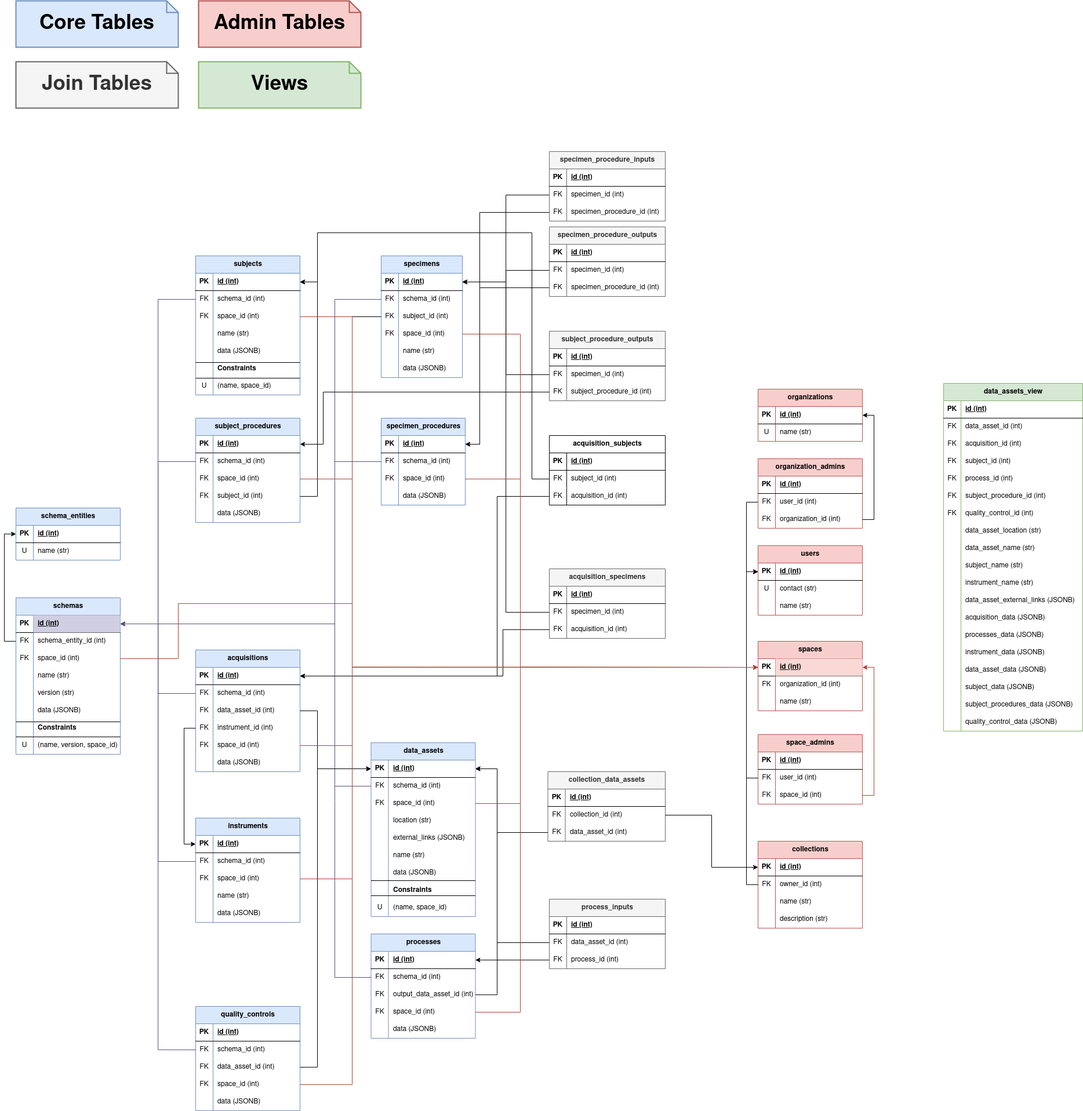
Earlier version of the draw.io export documentation/diagrams/registry_relational_schema.drawio.png (AllenNeuralDynamics/biodata-registry-sandbox). Source tidied: cells renumbered, new cells last; positions are measured from the earlier drawing's top-left corner, leaving out a move shared by most shapes.
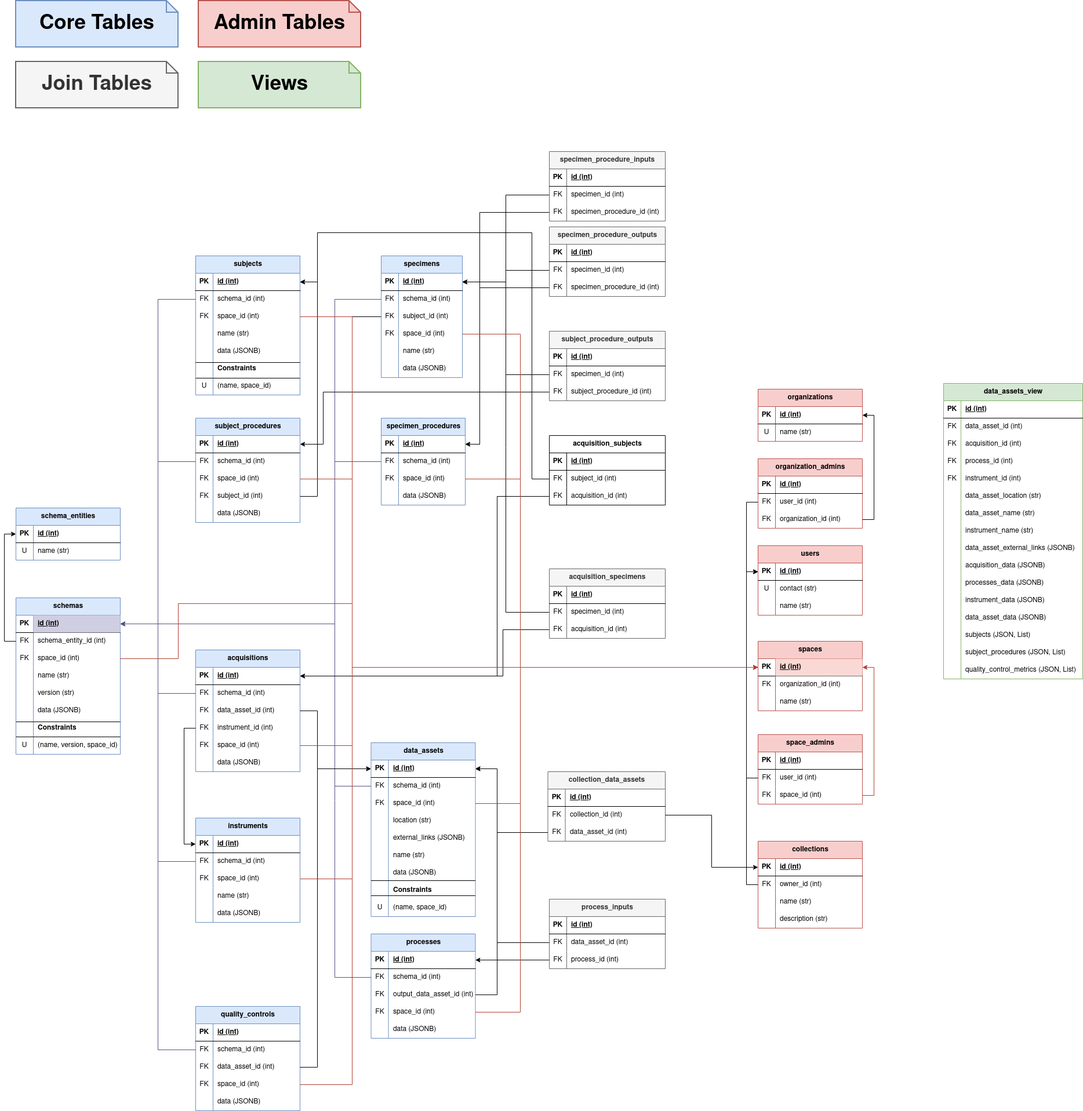
Above is the later version.

Change to the diagram source:
```diff
@@ -558,7 +558,7 @@
       <mxGeometry x="30" width="170" height="30" as="geometry" />
     </mxCell>
     <mxCell id="187" value="data_assets_view" style="shape=table;startSize=30;rowLines=0;fontStyle=1;align=center;html=1;fillColor=#d5e8d4;strokeColor=#82b366;" parent="1" vertex="1">
-      <mxGeometry x="1600" y="660" width="240" height="600" as="geometry" />
+      <mxGeometry x="1600" y="660" width="240" height="510" as="geometry" />
     </mxCell>
     <mxCell id="188" style="shape=tableRow;horizontal=0;startSize=0;swimlaneHead=0;swimlaneBody=0;fillColor=none;top=0;left=0;right=0;bottom=1;" parent="187" vertex="1">
       <mxGeometry y="30" width="240" height="30" as="geometry" />
@@ -587,17 +587,8 @@
     <mxCell id="196" value="acquisition_id (int)" style="shape=partialRectangle;fillColor=none;top=0;left=0;bottom=0;right=0;align=left;spacingLeft=6;fontStyle=0;overflow=hidden;whiteSpace=wrap;html=1;" parent="194" vertex="1">
       <mxGeometry x="30" width="210" height="30" as="geometry" />
     </mxCell>
-    <mxCell id="197" style="shape=tableRow;horizontal=0;startSize=0;swimlaneHead=0;swimlaneBody=0;fillColor=none;top=0;left=0;right=0;bottom=0;" parent="187" vertex="1">
-      <mxGeometry y="120" width="240" height="30" as="geometry" />
-    </mxCell>
-    <mxCell id="198" value="FK" style="shape=partialRectangle;fillColor=none;top=0;left=0;bottom=0;right=0;fontStyle=0;overflow=hidden;whiteSpace=wrap;html=1;" parent="197" vertex="1">
-      <mxGeometry width="30" height="30" as="geometry" />
-    </mxCell>
-    <mxCell id="199" value="subject_id (int)" style="shape=partialRectangle;fillColor=none;top=0;left=0;bottom=0;right=0;align=left;spacingLeft=6;fontStyle=0;overflow=hidden;whiteSpace=wrap;html=1;" parent="197" vertex="1">
-      <mxGeometry x="30" width="210" height="30" as="geometry" />
-    </mxCell>
     <mxCell id="200" style="shape=tableRow;horizontal=0;startSize=0;swimlaneHead=0;swimlaneBody=0;fillColor=none;top=0;left=0;right=0;bottom=0;" parent="187" vertex="1">
-      <mxGeometry y="150" width="240" height="30" as="geometry" />
+      <mxGeometry y="120" width="240" height="30" as="geometry" />
     </mxCell>
     <mxCell id="201" value="FK" style="shape=partialRectangle;fillColor=none;top=0;left=0;bottom=0;right=0;fontStyle=0;overflow=hidden;whiteSpace=wrap;html=1;" parent="200" vertex="1">
       <mxGeometry width="30" height="30" as="geometry" />
@@ -605,26 +596,17 @@
     <mxCell id="202" value="process_id (int)" style="shape=partialRectangle;fillColor=none;top=0;left=0;bottom=0;right=0;align=left;spacingLeft=6;fontStyle=0;overflow=hidden;whiteSpace=wrap;html=1;" parent="200" vertex="1">
       <mxGeometry x="30" width="210" height="30" as="geometry" />
     </mxCell>
-    <mxCell id="203" style="shape=tableRow;horizontal=0;startSize=0;swimlaneHead=0;swimlaneBody=0;fillColor=none;top=0;left=0;right=0;bottom=0;" parent="187" vertex="1">
-      <mxGeometry y="180" width="240" height="30" as="geometry" />
-    </mxCell>
-    <mxCell id="204" value="FK" style="shape=partialRectangle;fillColor=none;top=0;left=0;bottom=0;right=0;fontStyle=0;overflow=hidden;whiteSpace=wrap;html=1;" parent="203" vertex="1">
-      <mxGeometry width="30" height="30" as="geometry" />
-    </mxCell>
-    <mxCell id="205" value="subject_procedure_id (int)" style="shape=partialRectangle;fillColor=none;top=0;left=0;bottom=0;right=0;align=left;spacingLeft=6;fontStyle=0;overflow=hidden;whiteSpace=wrap;html=1;" parent="203" vertex="1">
-      <mxGeometry x="30" width="210" height="30" as="geometry" />
-    </mxCell>
     <mxCell id="206" style="shape=tableRow;horizontal=0;startSize=0;swimlaneHead=0;swimlaneBody=0;fillColor=none;top=0;left=0;right=0;bottom=0;" parent="187" vertex="1">
-      <mxGeometry y="210" width="240" height="30" as="geometry" />
+      <mxGeometry y="150" width="240" height="30" as="geometry" />
     </mxCell>
     <mxCell id="207" value="FK" style="shape=partialRectangle;fillColor=none;top=0;left=0;bottom=0;right=0;fontStyle=0;overflow=hidden;whiteSpace=wrap;html=1;" parent="206" vertex="1">
       <mxGeometry width="30" height="30" as="geometry" />
     </mxCell>
-    <mxCell id="208" value="quality_control_id (int)" style="shape=partialRectangle;fillColor=none;top=0;left=0;bottom=0;right=0;align=left;spacingLeft=6;fontStyle=0;overflow=hidden;whiteSpace=wrap;html=1;" parent="206" vertex="1">
+    <mxCell id="208" value="instrument_id (int)" style="shape=partialRectangle;fillColor=none;top=0;left=0;bottom=0;right=0;align=left;spacingLeft=6;fontStyle=0;overflow=hidden;whiteSpace=wrap;html=1;" parent="206" vertex="1">
       <mxGeometry x="30" width="210" height="30" as="geometry" />
     </mxCell>
     <mxCell id="209" style="shape=tableRow;horizontal=0;startSize=0;swimlaneHead=0;swimlaneBody=0;fillColor=none;top=0;left=0;right=0;bottom=0;" parent="187" vertex="1">
-      <mxGeometry y="240" width="240" height="30" as="geometry" />
+      <mxGeometry y="180" width="240" height="30" as="geometry" />
     </mxCell>
     <mxCell id="210" style="shape=partialRectangle;fillColor=none;top=0;left=0;bottom=0;right=0;fontStyle=0;overflow=hidden;whiteSpace=wrap;html=1;" parent="209" vertex="1">
       <mxGeometry width="30" height="30" as="geometry" />
@@ -633,7 +615,7 @@
       <mxGeometry x="30" width="210" height="30" as="geometry" />
     </mxCell>
     <mxCell id="212" style="shape=tableRow;horizontal=0;startSize=0;swimlaneHead=0;swimlaneBody=0;fillColor=none;top=0;left=0;right=0;bottom=0;" parent="187" vertex="1">
-      <mxGeometry y="270" width="240" height="30" as="geometry" />
+      <mxGeometry y="210" width="240" height="30" as="geometry" />
     </mxCell>
     <mxCell id="213" style="shape=partialRectangle;fillColor=none;top=0;left=0;bottom=0;right=0;fontStyle=0;overflow=hidden;whiteSpace=wrap;html=1;" parent="212" vertex="1">
       <mxGeometry width="30" height="30" as="geometry" />
@@ -641,17 +623,8 @@
     <mxCell id="214" value="data_asset_name (str)" style="shape=partialRectangle;fillColor=none;top=0;left=0;bottom=0;right=0;align=left;spacingLeft=6;fontStyle=0;overflow=hidden;whiteSpace=wrap;html=1;" parent="212" vertex="1">
       <mxGeometry x="30" width="210" height="30" as="geometry" />
     </mxCell>
-    <mxCell id="215" style="shape=tableRow;horizontal=0;startSize=0;swimlaneHead=0;swimlaneBody=0;fillColor=none;top=0;left=0;right=0;bottom=0;" parent="187" vertex="1">
-      <mxGeometry y="300" width="240" height="30" as="geometry" />
-    </mxCell>
-    <mxCell id="216" style="shape=partialRectangle;fillColor=none;top=0;left=0;bottom=0;right=0;fontStyle=0;overflow=hidden;whiteSpace=wrap;html=1;" parent="215" vertex="1">
-      <mxGeometry width="30" height="30" as="geometry" />
-    </mxCell>
-    <mxCell id="217" value="subject_name (str)" style="shape=partialRectangle;fillColor=none;top=0;left=0;bottom=0;right=0;align=left;spacingLeft=6;fontStyle=0;overflow=hidden;whiteSpace=wrap;html=1;" parent="215" vertex="1">
-      <mxGeometry x="30" width="210" height="30" as="geometry" />
-    </mxCell>
     <mxCell id="218" style="shape=tableRow;horizontal=0;startSize=0;swimlaneHead=0;swimlaneBody=0;fillColor=none;top=0;left=0;right=0;bottom=0;" parent="187" vertex="1">
-      <mxGeometry y="330" width="240" height="30" as="geometry" />
+      <mxGeometry y="240" width="240" height="30" as="geometry" />
     </mxCell>
     <mxCell id="219" style="shape=partialRectangle;fillColor=none;top=0;left=0;bottom=0;right=0;fontStyle=0;overflow=hidden;whiteSpace=wrap;html=1;" parent="218" vertex="1">
       <mxGeometry width="30" height="30" as="geometry" />
@@ -660,7 +633,7 @@
       <mxGeometry x="30" width="210" height="30" as="geometry" />
     </mxCell>
     <mxCell id="221" style="shape=tableRow;horizontal=0;startSize=0;swimlaneHead=0;swimlaneBody=0;fillColor=none;top=0;left=0;right=0;bottom=0;" parent="187" vertex="1">
-      <mxGeometry y="360" width="240" height="30" as="geometry" />
+      <mxGeometry y="270" width="240" height="30" as="geometry" />
     </mxCell>
     <mxCell id="222" style="shape=partialRectangle;fillColor=none;top=0;left=0;bottom=0;right=0;fontStyle=0;overflow=hidden;whiteSpace=wrap;html=1;" parent="221" vertex="1">
       <mxGeometry width="30" height="30" as="geometry" />
@@ -669,7 +642,7 @@
       <mxGeometry x="30" width="210" height="30" as="geometry" />
     </mxCell>
     <mxCell id="224" style="shape=tableRow;horizontal=0;startSize=0;swimlaneHead=0;swimlaneBody=0;fillColor=none;top=0;left=0;right=0;bottom=0;" parent="187" vertex="1">
-      <mxGeometry y="390" width="240" height="30" as="geometry" />
+      <mxGeometry y="300" width="240" height="30" as="geometry" />
     </mxCell>
     <mxCell id="225" style="shape=partialRectangle;fillColor=none;top=0;left=0;bottom=0;right=0;fontStyle=0;overflow=hidden;whiteSpace=wrap;html=1;" parent="224" vertex="1">
       <mxGeometry width="30" height="30" as="geometry" />
@@ -678,7 +651,7 @@
       <mxGeometry x="30" width="210" height="30" as="geometry" />
     </mxCell>
     <mxCell id="227" style="shape=tableRow;horizontal=0;startSize=0;swimlaneHead=0;swimlaneBody=0;fillColor=none;top=0;left=0;right=0;bottom=0;" parent="187" vertex="1">
-      <mxGeometry y="420" width="240" height="30" as="geometry" />
+      <mxGeometry y="330" width="240" height="30" as="geometry" />
     </mxCell>
     <mxCell id="228" style="shape=partialRectangle;fillColor=none;top=0;left=0;bottom=0;right=0;fontStyle=0;overflow=hidden;whiteSpace=wrap;html=1;" parent="227" vertex="1">
       <mxGeometry width="30" height="30" as="geometry" />
@@ -687,7 +660,7 @@
       <mxGeometry x="30" width="210" height="30" as="geometry" />
     </mxCell>
     <mxCell id="230" style="shape=tableRow;horizontal=0;startSize=0;swimlaneHead=0;swimlaneBody=0;fillColor=none;top=0;left=0;right=0;bottom=0;" parent="187" vertex="1">
-      <mxGeometry y="450" width="240" height="30" as="geometry" />
+      <mxGeometry y="360" width="240" height="30" as="geometry" />
     </mxCell>
     <mxCell id="231" style="shape=partialRectangle;fillColor=none;top=0;left=0;bottom=0;right=0;fontStyle=0;overflow=hidden;whiteSpace=wrap;html=1;" parent="230" vertex="1">
       <mxGeometry width="30" height="30" as="geometry" />
@@ -696,7 +669,7 @@
       <mxGeometry x="30" width="210" height="30" as="geometry" />
     </mxCell>
     <mxCell id="233" style="shape=tableRow;horizontal=0;startSize=0;swimlaneHead=0;swimlaneBody=0;fillColor=none;top=0;left=0;right=0;bottom=0;" parent="187" vertex="1">
-      <mxGeometry y="480" width="240" height="30" as="geometry" />
+      <mxGeometry y="390" width="240" height="30" as="geometry" />
     </mxCell>
     <mxCell id="234" style="shape=partialRectangle;fillColor=none;top=0;left=0;bottom=0;right=0;fontStyle=0;overflow=hidden;whiteSpace=wrap;html=1;" parent="233" vertex="1">
       <mxGeometry width="30" height="30" as="geometry" />
@@ -705,30 +678,30 @@
       <mxGeometry x="30" width="210" height="30" as="geometry" />
     </mxCell>
     <mxCell id="236" style="shape=tableRow;horizontal=0;startSize=0;swimlaneHead=0;swimlaneBody=0;fillColor=none;top=0;left=0;right=0;bottom=0;" parent="187" vertex="1">
-      <mxGeometry y="510" width="240" height="30" as="geometry" />
+      <mxGeometry y="420" width="240" height="30" as="geometry" />
     </mxCell>
     <mxCell id="237" style="shape=partialRectangle;fillColor=none;top=0;left=0;bottom=0;right=0;fontStyle=0;overflow=hidden;whiteSpace=wrap;html=1;" parent="236" vertex="1">
       <mxGeometry width="30" height="30" as="geometry" />
     </mxCell>
-    <mxCell id="238" value="subject_data (JSONB)" style="shape=partialRectangle;fillColor=none;top=0;left=0;bottom=0;right=0;align=left;spacingLeft=6;fontStyle=0;overflow=hidden;whiteSpace=wrap;html=1;" parent="236" vertex="1">
+    <mxCell id="238" value="subjects (JSON, List)" style="shape=partialRectangle;fillColor=none;top=0;left=0;bottom=0;right=0;align=left;spacingLeft=6;fontStyle=0;overflow=hidden;whiteSpace=wrap;html=1;" parent="236" vertex="1">
       <mxGeometry x="30" width="210" height="30" as="geometry" />
     </mxCell>
     <mxCell id="239" style="shape=tableRow;horizontal=0;startSize=0;swimlaneHead=0;swimlaneBody=0;fillColor=none;top=0;left=0;right=0;bottom=0;" parent="187" vertex="1">
-      <mxGeometry y="540" width="240" height="30" as="geometry" />
+      <mxGeometry y="450" width="240" height="30" as="geometry" />
     </mxCell>
     <mxCell id="240" style="shape=partialRectangle;fillColor=none;top=0;left=0;bottom=0;right=0;fontStyle=0;overflow=hidden;whiteSpace=wrap;html=1;" parent="239" vertex="1">
       <mxGeometry width="30" height="30" as="geometry" />
     </mxCell>
-    <mxCell id="241" value="subject_procedures_data (JSONB)" style="shape=partialRectangle;fillColor=none;top=0;left=0;bottom=0;right=0;align=left;spacingLeft=6;fontStyle=0;overflow=hidden;whiteSpace=wrap;html=1;" parent="239" vertex="1">
+    <mxCell id="241" value="subject_procedures (JSON, List)" style="shape=partialRectangle;fillColor=none;top=0;left=0;bottom=0;right=0;align=left;spacingLeft=6;fontStyle=0;overflow=hidden;whiteSpace=wrap;html=1;" parent="239" vertex="1">
       <mxGeometry x="30" width="210" height="30" as="geometry" />
     </mxCell>
     <mxCell id="242" style="shape=tableRow;horizontal=0;startSize=0;swimlaneHead=0;swimlaneBody=0;fillColor=none;top=0;left=0;right=0;bottom=0;" parent="187" vertex="1">
-      <mxGeometry y="570" width="240" height="30" as="geometry" />
+      <mxGeometry y="480" width="240" height="30" as="geometry" />
     </mxCell>
     <mxCell id="243" style="shape=partialRectangle;fillColor=none;top=0;left=0;bottom=0;right=0;fontStyle=0;overflow=hidden;whiteSpace=wrap;html=1;" parent="242" vertex="1">
       <mxGeometry width="30" height="30" as="geometry" />
     </mxCell>
-    <mxCell id="244" value="quality_control_data (JSONB)" style="shape=partialRectangle;fillColor=none;top=0;left=0;bottom=0;right=0;align=left;spacingLeft=6;fontStyle=0;overflow=hidden;whiteSpace=wrap;html=1;" parent="242" vertex="1">
+    <mxCell id="244" value="quality_control_metrics (JSON, List)" style="shape=partialRectangle;fillColor=none;top=0;left=0;bottom=0;right=0;align=left;spacingLeft=6;fontStyle=0;overflow=hidden;whiteSpace=wrap;html=1;" parent="242" vertex="1">
       <mxGeometry x="30" width="210" height="30" as="geometry" />
     </mxCell>
     <mxCell id="245" value="collections" style="shape=table;startSize=30;rowLines=0;fontStyle=1;align=center;html=1;fillColor=#f8cecc;strokeColor=#b85450;" parent="1" vertex="1">
```
